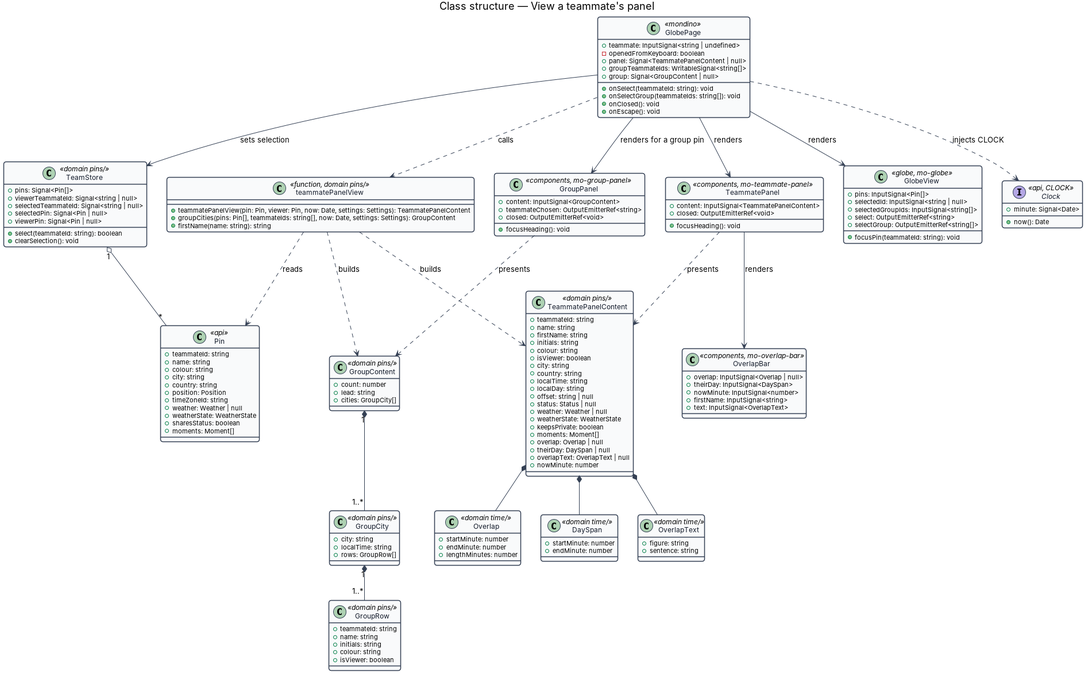
QuinntyneBrown/Mondino keeps this PlantUML diagram as docs/detailed-designs/team/view-teammate-panel/diagrams/class-structure.png. Above is the earlier version. Its source is kept beside it as docs/detailed-designs/team/view-teammate-panel/diagrams/class-structure.puml. Source of this version:
```plantuml
@startuml
skinparam backgroundColor #FFFFFF
skinparam shadowing false
skinparam roundcorner 8
skinparam defaultFontName Arial
skinparam ArrowColor #344054
skinparam class {
  BorderColor #344054
  FontColor #101828
  BackgroundColor #F9FAFB
}
title Class structure — View a teammate's panel

class GlobePage <<mondino>> {
  +teammate: InputSignal<string | undefined>
  -openedFromKeyboard: boolean
  +panel: Signal<TeammatePanelContent | null>
  +groupTeammateIds: WritableSignal<string[]>
  +group: Signal<GroupContent | null>
  +onSelect(teammateId: string): void
  +onSelectGroup(teammateIds: string[]): void
  +onClosed(): void
  +onEscape(): void
}

class TeamStore <<domain pins/>> {
  +pins: Signal<Pin[]>
  +viewerTeammateId: Signal<string | null>
  +selectedTeammateId: Signal<string | null>
  +selectedPin: Signal<Pin | null>
  +viewerPin: Signal<Pin | null>
  +select(teammateId: string): boolean
  +clearSelection(): void
}

class "teammatePanelView" as view <<function, domain pins/>> {
  +teammatePanelView(pin: Pin, viewer: Pin, now: Date, settings: Settings): TeammatePanelContent
  +groupCities(pins: Pin[], teammateIds: string[], now: Date, settings: Settings): GroupContent
  +firstName(name: string): string
}

class TeammatePanelContent <<domain pins/>> {
  +teammateId: string
  +name: string
  +firstName: string
  +initials: string
  +colour: string
  +isViewer: boolean
  +city: string
  +country: string
  +localTime: string
  +localDay: string
  +offset: string | null
  +status: Status | null
  +weather: Weather | null
  +weatherState: WeatherState
  +keepsPrivate: boolean
  +moments: Moment[]
  +overlap: Overlap | null
  +theirDay: DaySpan | null
  +overlapText: OverlapText | null
  +nowMinute: number
}

class Overlap <<domain time/>> {
  +startMinute: number
  +endMinute: number
  +lengthMinutes: number
}

class DaySpan <<domain time/>> {
  +startMinute: number
  +endMinute: number
}

class OverlapText <<domain time/>> {
  +figure: string
  +sentence: string
}

class GroupContent <<domain pins/>> {
  +count: number
  +lead: string
  +cities: GroupCity[]
}

class GroupCity <<domain pins/>> {
  +city: string
  +localTime: string
  +rows: GroupRow[]
}

class GroupRow <<domain pins/>> {
  +teammateId: string
  +name: string
  +initials: string
  +colour: string
  +isViewer: boolean
}

class GroupPanel <<components, mo-group-panel>> {
  +content: InputSignal<GroupContent>
  +teammateChosen: OutputEmitterRef<string>
  +closed: OutputEmitterRef<void>
  +focusHeading(): void
}

class TeammatePanel <<components, mo-teammate-panel>> {
  +content: InputSignal<TeammatePanelContent>
  +closed: OutputEmitterRef<void>
  +focusHeading(): void
}

class OverlapBar <<components, mo-overlap-bar>> {
  +overlap: InputSignal<Overlap | null>
  +theirDay: InputSignal<DaySpan>
  +nowMinute: InputSignal<number>
  +firstName: InputSignal<string>
  +text: InputSignal<OverlapText>
}

class GlobeView <<globe, mo-globe>> {
  +pins: InputSignal<Pin[]>
  +selectedId: InputSignal<string | null>
  +selectedGroupIds: InputSignal<string[]>
  +select: OutputEmitterRef<string>
  +selectGroup: OutputEmitterRef<string[]>
  +focusPin(teammateId: string): void
}

class Pin <<api>> {
  +teammateId: string
  +name: string
  +colour: string
  +city: string
  +country: string
  +position: Position
  +timeZoneId: string
  +weather: Weather | null
  +weatherState: WeatherState
  +sharesStatus: boolean
  +moments: Moment[]
}

interface Clock <<api, CLOCK>> {
  +now(): Date
  +minute: Signal<Date>
}

GlobePage --> TeamStore : sets selection
GlobePage ..> view : calls
GlobePage --> TeammatePanel : renders
GlobePage --> GlobeView : renders
GlobePage ..> Clock : injects CLOCK
view ..> TeammatePanelContent : builds
view ..> Pin : reads
TeammatePanelContent *-- Overlap
TeammatePanelContent *-- DaySpan
TeammatePanelContent *-- OverlapText
GlobePage --> GroupPanel : renders for a group pin
view ..> GroupContent : builds
GroupContent "1" *-- "1..*" GroupCity
GroupCity "1" *-- "1..*" GroupRow
GroupPanel ..> GroupContent : presents
TeammatePanel ..> TeammatePanelContent : presents
TeammatePanel --> OverlapBar : renders
TeamStore "1" o-- "*" Pin
@enduml
```
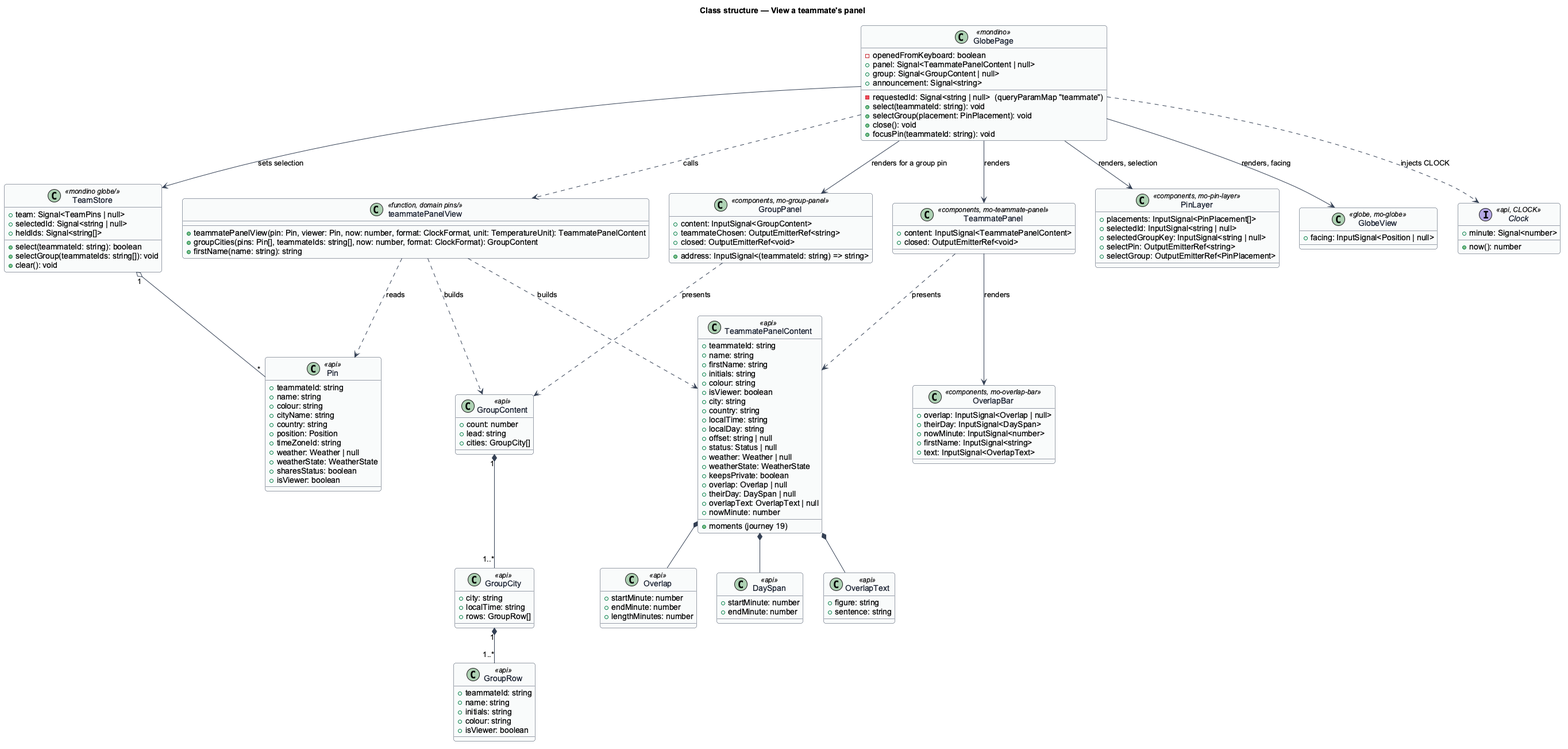
The same diagram one commit later.

Commit message:
Align the teammate panel's design with the mocks and the Globe as built

Change to the diagram source:
```diff
@@ -12,34 +12,33 @@
 title Class structure — View a teammate's panel
 
 class GlobePage <<mondino>> {
-  +teammate: InputSignal<string | undefined>
+  -requestedId: Signal<string | null>  (queryParamMap "teammate")
   -openedFromKeyboard: boolean
   +panel: Signal<TeammatePanelContent | null>
-  +groupTeammateIds: WritableSignal<string[]>
   +group: Signal<GroupContent | null>
-  +onSelect(teammateId: string): void
-  +onSelectGroup(teammateIds: string[]): void
-  +onClosed(): void
-  +onEscape(): void
+  +announcement: Signal<string>
+  +select(teammateId: string): void
+  +selectGroup(placement: PinPlacement): void
+  +close(): void
+  +focusPin(teammateId: string): void
 }
 
-class TeamStore <<domain pins/>> {
-  +pins: Signal<Pin[]>
-  +viewerTeammateId: Signal<string | null>
-  +selectedTeammateId: Signal<string | null>
-  +selectedPin: Signal<Pin | null>
-  +viewerPin: Signal<Pin | null>
+class TeamStore <<mondino globe/>> {
+  +team: Signal<TeamPins | null>
+  +selectedId: Signal<string | null>
+  +heldIds: Signal<string[]>
   +select(teammateId: string): boolean
-  +clearSelection(): void
+  +selectGroup(teammateIds: string[]): void
+  +clear(): void
 }
 
 class "teammatePanelView" as view <<function, domain pins/>> {
-  +teammatePanelView(pin: Pin, viewer: Pin, now: Date, settings: Settings): TeammatePanelContent
-  +groupCities(pins: Pin[], teammateIds: string[], now: Date, settings: Settings): GroupContent
+  +teammatePanelView(pin: Pin, viewer: Pin, now: number, format: ClockFormat, unit: TemperatureUnit): TeammatePanelContent
+  +groupCities(pins: Pin[], teammateIds: string[], now: number, format: ClockFormat): GroupContent
   +firstName(name: string): string
 }
 
-class TeammatePanelContent <<domain pins/>> {
+class TeammatePanelContent <<api>> {
   +teammateId: string
   +name: string
   +firstName: string
@@ -55,42 +54,42 @@
   +weather: Weather | null
   +weatherState: WeatherState
   +keepsPrivate: boolean
-  +moments: Moment[]
+  +moments (journey 19)
   +overlap: Overlap | null
   +theirDay: DaySpan | null
   +overlapText: OverlapText | null
   +nowMinute: number
 }
 
-class Overlap <<domain time/>> {
+class Overlap <<api>> {
   +startMinute: number
   +endMinute: number
   +lengthMinutes: number
 }
 
-class DaySpan <<domain time/>> {
+class DaySpan <<api>> {
   +startMinute: number
   +endMinute: number
 }
 
-class OverlapText <<domain time/>> {
+class OverlapText <<api>> {
   +figure: string
   +sentence: string
 }
 
-class GroupContent <<domain pins/>> {
+class GroupContent <<api>> {
   +count: number
   +lead: string
   +cities: GroupCity[]
 }
 
-class GroupCity <<domain pins/>> {
+class GroupCity <<api>> {
   +city: string
   +localTime: string
   +rows: GroupRow[]
 }
 
-class GroupRow <<domain pins/>> {
+class GroupRow <<api>> {
   +teammateId: string
   +name: string
   +initials: string
@@ -100,15 +99,14 @@
 
 class GroupPanel <<components, mo-group-panel>> {
   +content: InputSignal<GroupContent>
+  +address: InputSignal<(teammateId: string) => string>
   +teammateChosen: OutputEmitterRef<string>
   +closed: OutputEmitterRef<void>
-  +focusHeading(): void
 }
 
 class TeammatePanel <<components, mo-teammate-panel>> {
   +content: InputSignal<TeammatePanelContent>
   +closed: OutputEmitterRef<void>
-  +focusHeading(): void
 }
 
 class OverlapBar <<components, mo-overlap-bar>> {
@@ -119,38 +117,42 @@
   +text: InputSignal<OverlapText>
 }
 
+class PinLayer <<components, mo-pin-layer>> {
+  +placements: InputSignal<PinPlacement[]>
+  +selectedId: InputSignal<string | null>
+  +selectedGroupKey: InputSignal<string | null>
+  +selectPin: OutputEmitterRef<string>
+  +selectGroup: OutputEmitterRef<PinPlacement>
+}
+
 class GlobeView <<globe, mo-globe>> {
-  +pins: InputSignal<Pin[]>
-  +selectedId: InputSignal<string | null>
-  +selectedGroupIds: InputSignal<string[]>
-  +select: OutputEmitterRef<string>
-  +selectGroup: OutputEmitterRef<string[]>
-  +focusPin(teammateId: string): void
+  +facing: InputSignal<Position | null>
 }
 
 class Pin <<api>> {
   +teammateId: string
   +name: string
   +colour: string
-  +city: string
+  +cityName: string
   +country: string
   +position: Position
   +timeZoneId: string
   +weather: Weather | null
   +weatherState: WeatherState
   +sharesStatus: boolean
-  +moments: Moment[]
+  +isViewer: boolean
 }
 
 interface Clock <<api, CLOCK>> {
-  +now(): Date
-  +minute: Signal<Date>
+  +now(): number
+  +minute: Signal<number>
 }
 
 GlobePage --> TeamStore : sets selection
 GlobePage ..> view : calls
 GlobePage --> TeammatePanel : renders
-GlobePage --> GlobeView : renders
+GlobePage --> GlobeView : renders, facing
+GlobePage --> PinLayer : renders, selection
 GlobePage ..> Clock : injects CLOCK
 view ..> TeammatePanelContent : builds
 view ..> Pin : reads
```
